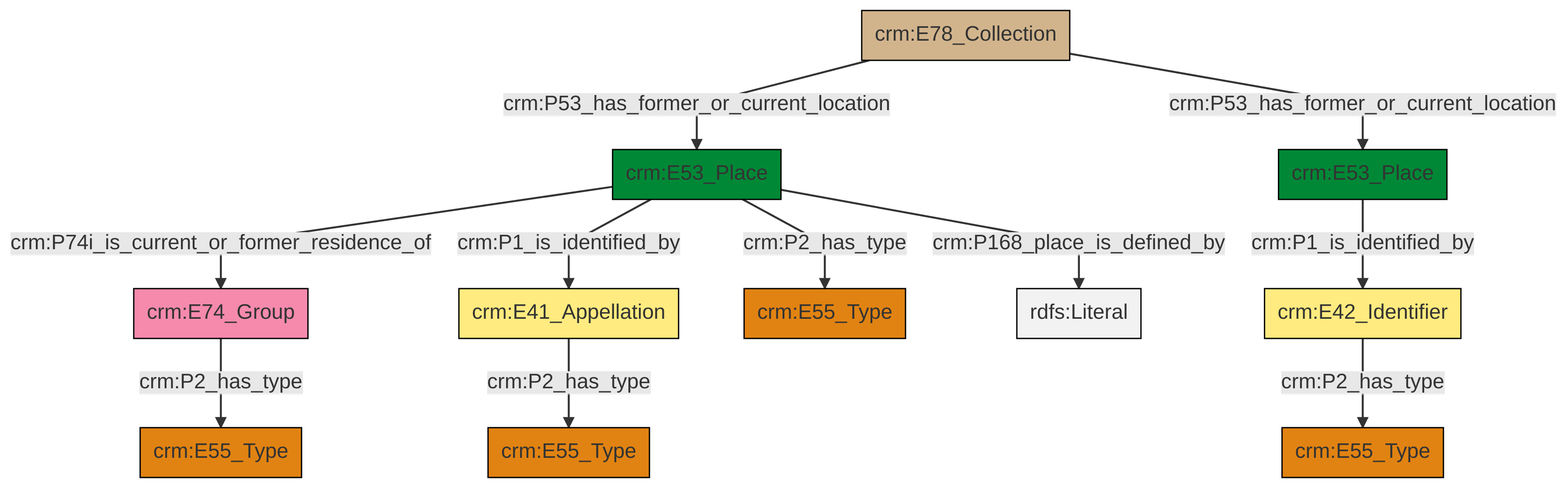
Earlier version of the Mermaid export et/archivalCSV/ttl/mmd/png/archival_location.png (swiss-art-research-net/docs.swissartresearch). Its source is kept beside it as et/archivalCSV/ttl/mmd/archival_location.ttl.mmd.
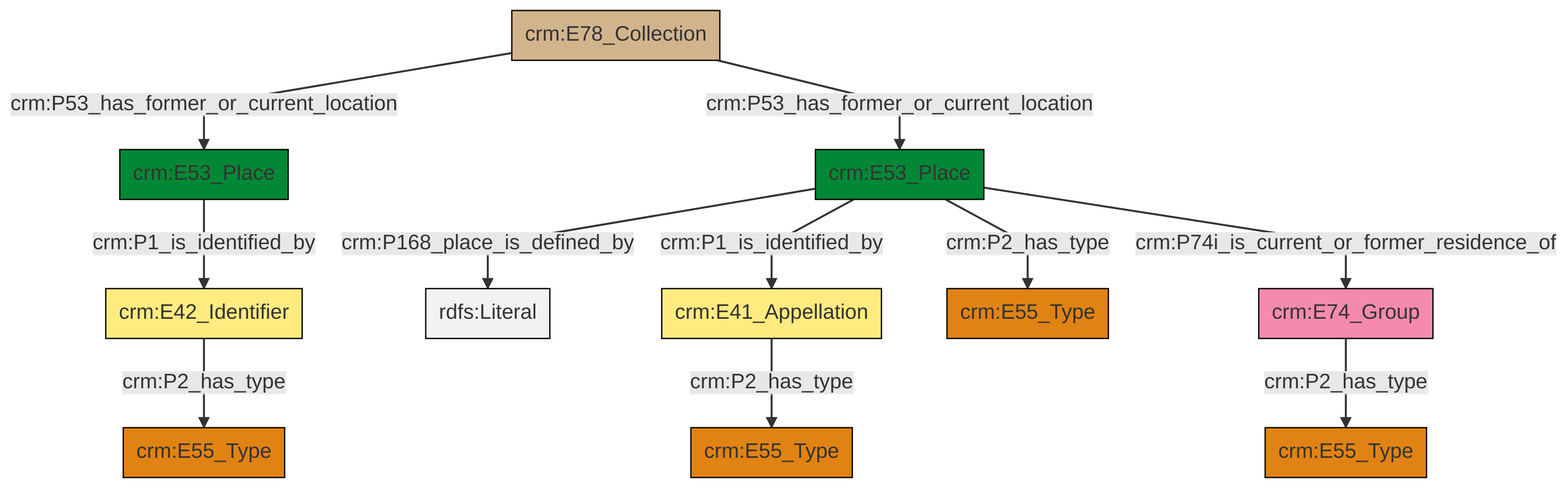
After the commit.

What changed in the source:
```diff
@@ -13,13 +13,13 @@
 classDef PC_Classes fill:#4ce600, stroke:#000000;
 classDef Multi fill:#cccccc,stroke:#000000;
 
-4["crm:E78_Collection"]:::Physical_Thing -->|crm:P53_has_former_or_current_location| 5["crm:E53_Place"]:::Place
-5["crm:E53_Place"]:::Place -->|crm:P2_has_type| 6["crm:E55_Type"]:::Type
-5["crm:E53_Place"]:::Place -->|crm:P168_place_is_defined_by| 7[rdfs:Literal]:::Literal
-2["crm:E74_Group"]:::Actor -->|crm:P2_has_type| 9["crm:E55_Type"]:::Type
-10["crm:E42_Identifier"]:::Appellation -->|crm:P2_has_type| 11["crm:E55_Type"]:::Type
-5["crm:E53_Place"]:::Place -->|crm:P74i_is_current_or_former_residence_of| 2["crm:E74_Group"]:::Actor
-0["crm:E41_Appellation"]:::Appellation -->|crm:P2_has_type| 17["crm:E55_Type"]:::Type
-15["crm:E53_Place"]:::Place -->|crm:P1_is_identified_by| 10["crm:E42_Identifier"]:::Appellation
-5["crm:E53_Place"]:::Place -->|crm:P1_is_identified_by| 0["crm:E41_Appellation"]:::Appellation
-4["crm:E78_Collection"]:::Physical_Thing -->|crm:P53_has_former_or_current_location| 15["crm:E53_Place"]:::Place
+5["crm:E53_Place"]:::Place -->|crm:P168_place_is_defined_by| 6[rdfs:Literal]:::Literal
+9["crm:E41_Appellation"]:::Appellation -->|crm:P2_has_type| 3["crm:E55_Type"]:::Type
+10["crm:E78_Collection"]:::Physical_Thing -->|crm:P53_has_former_or_current_location| 13["crm:E53_Place"]:::Place
+5["crm:E53_Place"]:::Place -->|crm:P1_is_identified_by| 9["crm:E41_Appellation"]:::Appellation
+5["crm:E53_Place"]:::Place -->|crm:P2_has_type| 0["crm:E55_Type"]:::Type
+17["crm:E42_Identifier"]:::Appellation -->|crm:P2_has_type| 15["crm:E55_Type"]:::Type
+5["crm:E53_Place"]:::Place -->|crm:P74i_is_current_or_former_residence_of| 7["crm:E74_Group"]:::Actor
+13["crm:E53_Place"]:::Place -->|crm:P1_is_identified_by| 17["crm:E42_Identifier"]:::Appellation
+7["crm:E74_Group"]:::Actor -->|crm:P2_has_type| 19["crm:E55_Type"]:::Type
+10["crm:E78_Collection"]:::Physical_Thing -->|crm:P53_has_former_or_current_location| 5["crm:E53_Place"]:::Place
```
